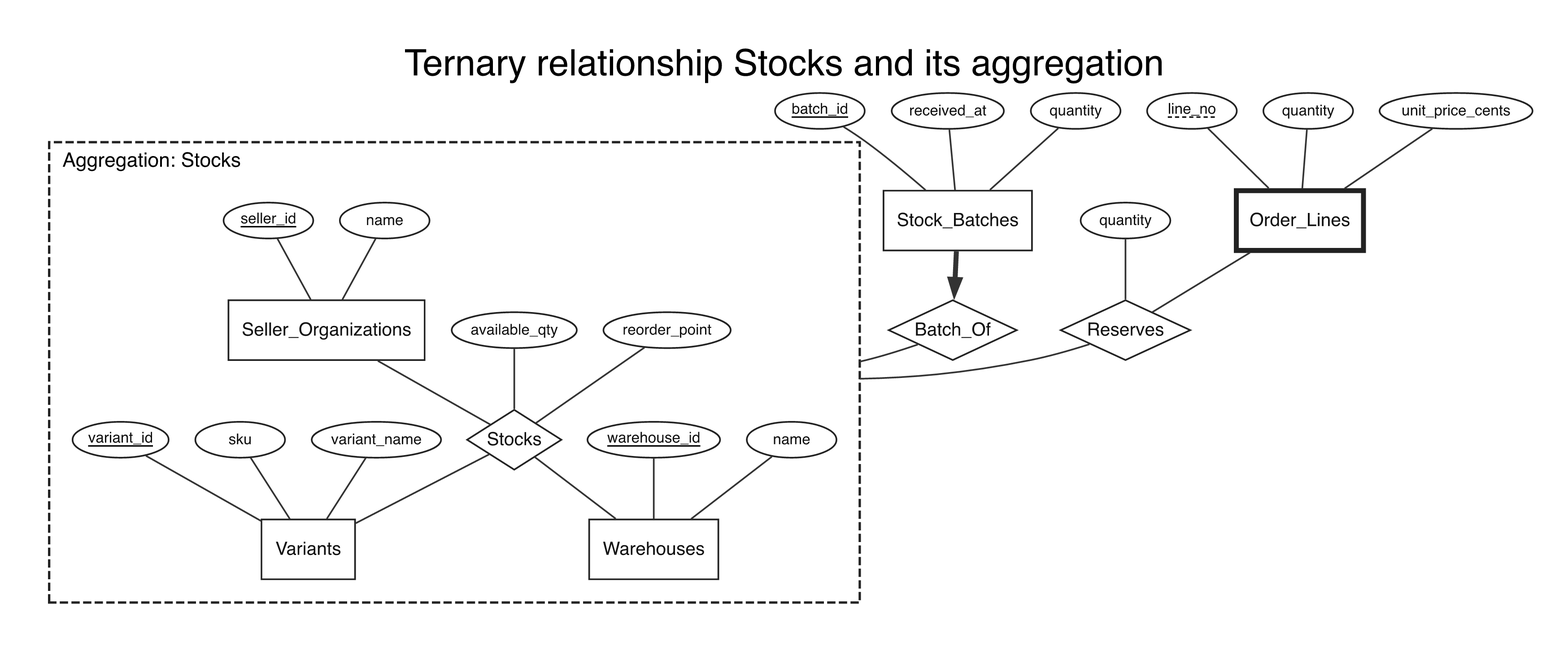
Barlassen/CS_202_Project keeps this Graphviz diagram as docs/er/concept-aggregation.png. Above is the earlier version. Its source is kept beside it as docs/er/concept-aggregation.dot.
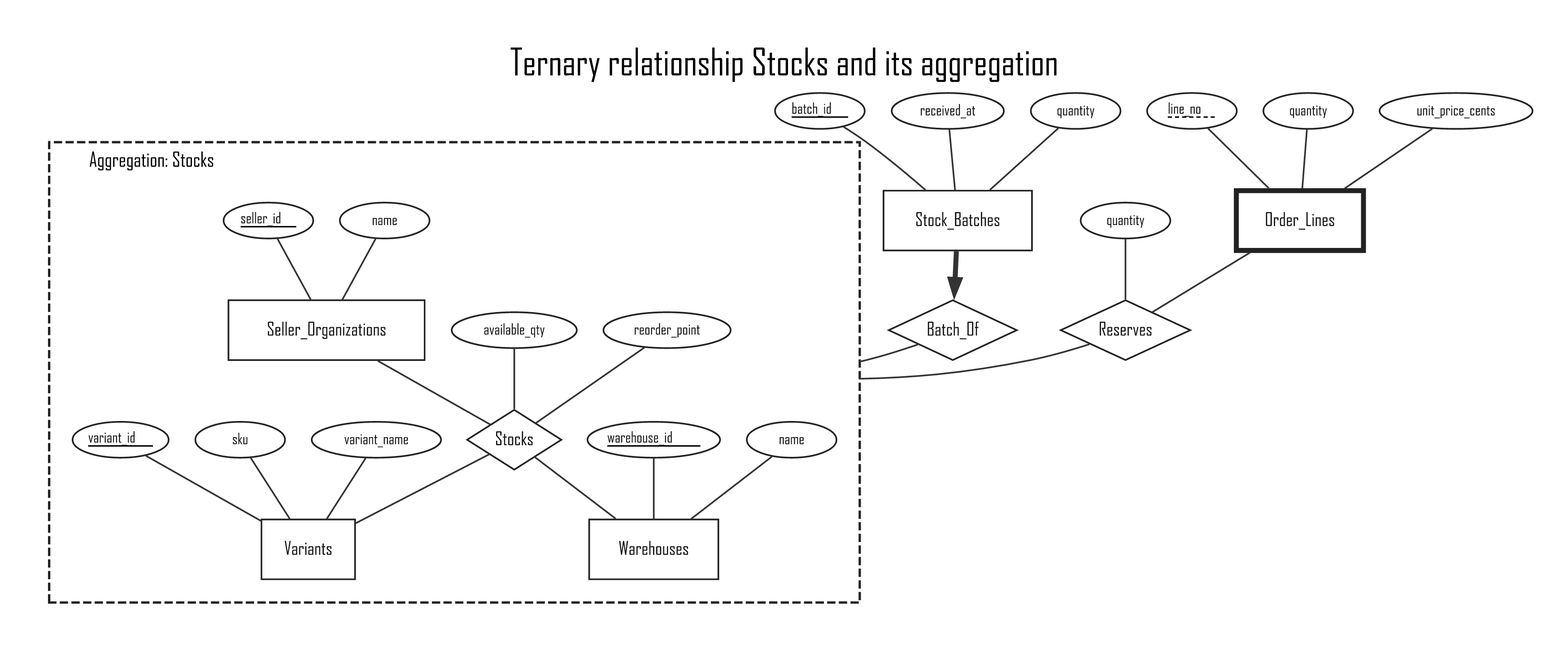
Later version of the same file.

The edit, as a diff of the source:
```diff
@@ -34,21 +34,21 @@
 A__warehouses__warehouse_id -> E_warehouses [dir=none];
 A__warehouses__name [shape=ellipse, fontsize=9, margin="0.04,0.02", height=0.3, label="name"];
 A__warehouses__name -> E_warehouses [dir=none];
-R98 [shape=diamond, penwidth=1, margin="0.02,0.02", label="Stocks"];
-RA98__available_qty [shape=ellipse, fontsize=9, margin="0.04,0.02", height=0.3, label="available_qty"];
-RA98__available_qty -> R98 [dir=none];
-RA98__reorder_point [shape=ellipse, fontsize=9, margin="0.04,0.02", height=0.3, label="reorder_point"];
-RA98__reorder_point -> R98 [dir=none];
-E_seller_organizations -> R98 [dir=none];
-R98 -> E_variants [dir=none];
-R98 -> E_warehouses [dir=none];
+R94 [shape=diamond, penwidth=1, margin="0.02,0.02", label="Stocks"];
+RA94__available_qty [shape=ellipse, fontsize=9, margin="0.04,0.02", height=0.3, label="available_qty"];
+RA94__available_qty -> R94 [dir=none];
+RA94__reorder_point [shape=ellipse, fontsize=9, margin="0.04,0.02", height=0.3, label="reorder_point"];
+RA94__reorder_point -> R94 [dir=none];
+E_seller_organizations -> R94 [dir=none];
+R94 -> E_variants [dir=none];
+R94 -> E_warehouses [dir=none];
 }
 R44 [shape=diamond, penwidth=1, margin="0.02,0.02", label="Batch_Of"];
 E_stock_batches -> R44 [dir=forward, arrowhead=normal, penwidth=3];
-R44 -> R98 [dir=none, lhead=cluster_agg, penwidth=1];
-R100 [shape=diamond, penwidth=1, margin="0.02,0.02", label="Reserves"];
-RA100__quantity [shape=ellipse, fontsize=9, margin="0.04,0.02", height=0.3, label="quantity"];
-RA100__quantity -> R100 [dir=none];
-E_order_lines -> R100 [dir=none];
-R100 -> R98 [dir=none, lhead=cluster_agg, penwidth=1];
+R44 -> R94 [dir=none, lhead=cluster_agg, penwidth=1];
+R96 [shape=diamond, penwidth=1, margin="0.02,0.02", label="Reserves"];
+RA96__quantity [shape=ellipse, fontsize=9, margin="0.04,0.02", height=0.3, label="quantity"];
+RA96__quantity -> R96 [dir=none];
+E_order_lines -> R96 [dir=none];
+R96 -> R94 [dir=none, lhead=cluster_agg, penwidth=1];
 }
```
